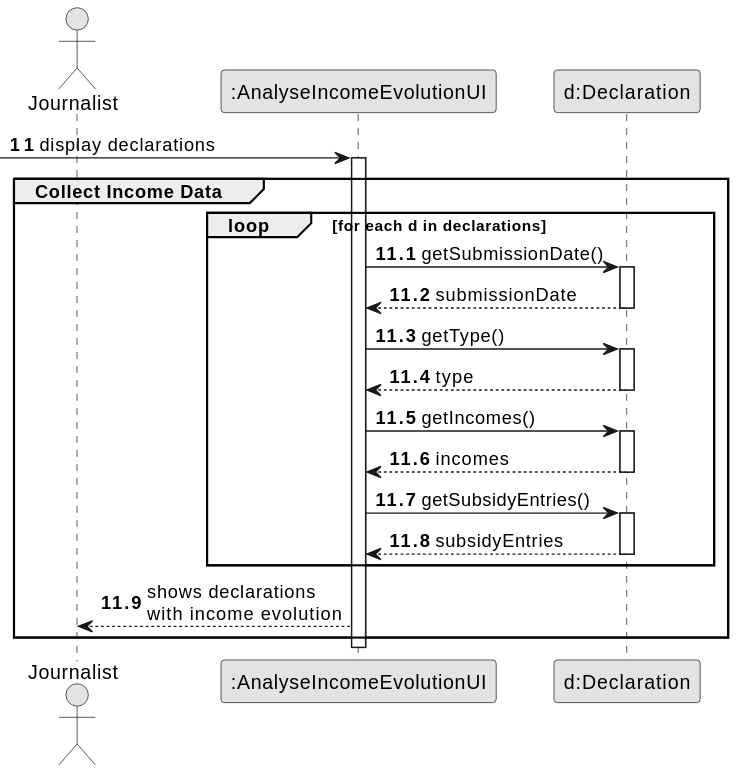
This is docs/system-documentation/US10/03.design/svg/US10-SD-partial-collect-income-data.svg from brunodspinto/crystal-clear-platform, a PlantUML export, as it was before one commit.
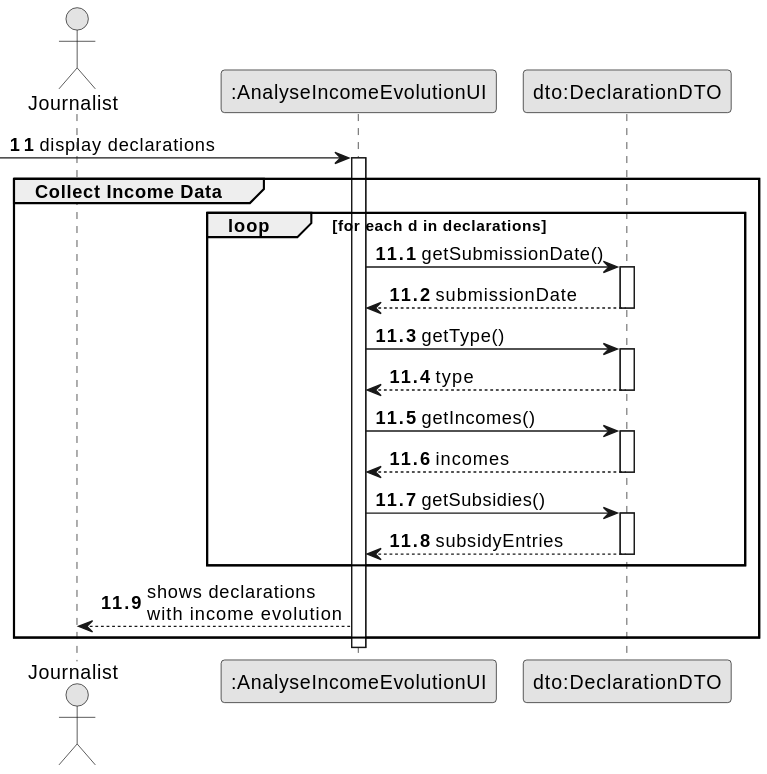
After the change.

Change to the diagram source:
```diff
@@ -7,7 +7,7 @@
 
 actor "Journalist" as Journalist
 participant ":AnalyseIncomeEvolutionUI" as UI
-participant "d:Declaration" as DEC
+participant "dto:DeclarationDTO" as DEC
 
 autonumber 11
  -> UI : display declarations
@@ -31,7 +31,7 @@
                 DEC --> UI : incomes
             deactivate DEC
 
-            UI -> DEC : getSubsidyEntries()
+            UI -> DEC : getSubsidies()
             activate DEC
                 DEC --> UI : subsidyEntries
             deactivate DEC
```
